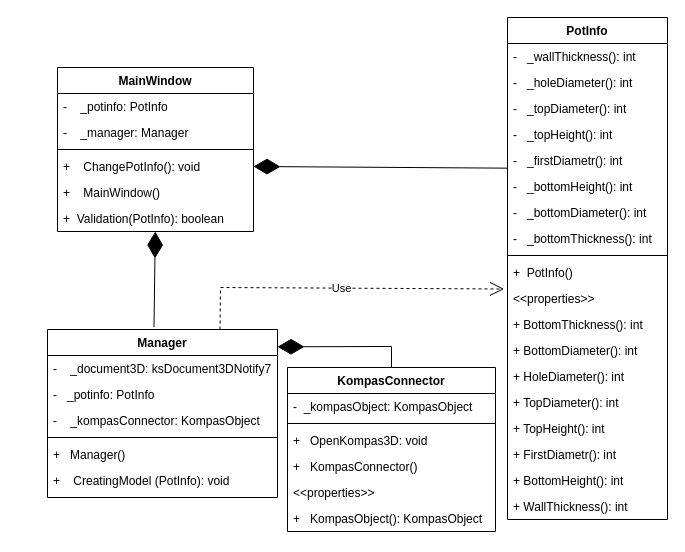
This is Docs/uml.drawio from Pen9uinchi/ORSAPR, a draw.io file, before an edit. Source tidied: cells renumbered, new cells numbered last; positions are measured from the earlier drawing's top-left corner, leaving out a move shared by most shapes. Both pictures are drawn from the tidied source at 100%, with x=0, y=0 at pixel (47, 17).
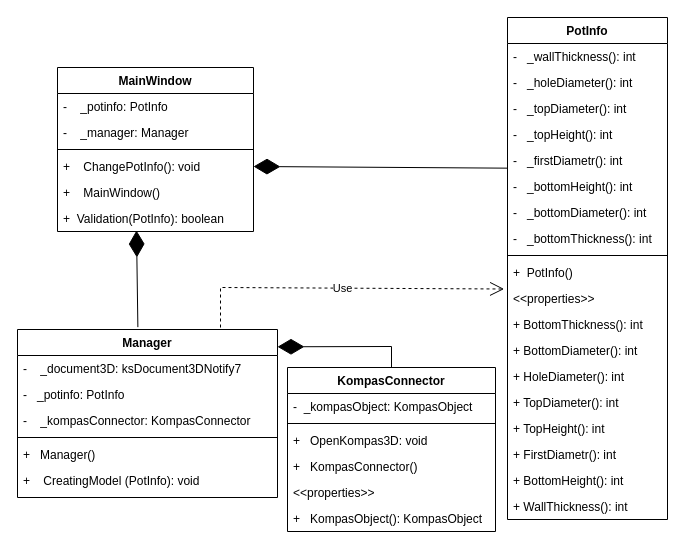
The same page after the edit.

Unchanged cells that the change refers to:
```xml
<mxCell id="18" value="+  Validation(PotInfo): boolean" style="text;strokeColor=none;fillColor=none;align=left;verticalAlign=top;spacingLeft=4;spacingRight=4;overflow=hidden;points=[[0,0.5],[1,0.5]];portConstraint=eastwest;" parent="12" vertex="1">
  <mxGeometry y="138" width="196" height="26" as="geometry" />
</mxCell>
<mxCell id="37" value="&lt;&lt;properties&gt;&gt;" style="text;strokeColor=none;fillColor=none;align=left;verticalAlign=top;spacingLeft=4;spacingRight=4;overflow=hidden;points=[[0,0.5],[1,0.5]];portConstraint=eastwest;" parent="26" vertex="1">
  <mxGeometry y="268" width="160" height="26" as="geometry" />
</mxCell>
```

What changed in the source:
```diff
@@
     <mxCell id="2" value="Manager" style="swimlane;fontStyle=1;align=center;verticalAlign=top;horizontal=1;startSize=26;" parent="1" vertex="1">
-      <mxGeometry y="312" width="230" height="168" as="geometry" />
+      <mxGeometry x="-30" y="312" width="260" height="168" as="geometry" />
     </mxCell>
     <mxCell id="3" value="-    _document3D: ksDocument3DNotify7" style="text;strokeColor=none;fillColor=none;align=left;verticalAlign=top;spacingLeft=4;spacingRight=4;overflow=hidden;" parent="2" vertex="1">
-      <mxGeometry y="26" width="230" height="26" as="geometry" />
+      <mxGeometry y="26" width="260" height="26" as="geometry" />
     </mxCell>
     <mxCell id="4" value="-   _potinfo: PotInfo" style="text;strokeColor=none;fillColor=none;align=left;verticalAlign=top;spacingLeft=4;spacingRight=4;overflow=hidden;" parent="2" vertex="1">
-      <mxGeometry y="52" width="230" height="26" as="geometry" />
+      <mxGeometry y="52" width="260" height="26" as="geometry" />
     </mxCell>
-    <mxCell id="5" value="-    _kompasConnector: KompasObject" style="text;strokeColor=none;fillColor=none;align=left;verticalAlign=top;spacingLeft=4;spacingRight=4;overflow=hidden;" parent="2" vertex="1">
-      <mxGeometry y="78" width="230" height="26" as="geometry" />
+    <mxCell id="5" value="-    _kompasConnector: KompasConnector" style="text;strokeColor=none;fillColor=none;align=left;verticalAlign=top;spacingLeft=4;spacingRight=4;overflow=hidden;" parent="2" vertex="1">
+      <mxGeometry y="78" width="260" height="26" as="geometry" />
     </mxCell>
     <mxCell id="6" style="line;strokeWidth=1;fillColor=none;align=left;verticalAlign=middle;spacingTop=-1;spacingLeft=3;spacingRight=3;labelPosition=right;strokeColor=inherit;" parent="2" vertex="1">
-      <mxGeometry y="104" width="230" height="8" as="geometry" />
+      <mxGeometry y="104" width="260" height="8" as="geometry" />
     </mxCell>
     <mxCell id="7" value="+   Manager()" style="text;strokeColor=none;fillColor=none;align=left;verticalAlign=top;spacingLeft=4;spacingRight=4;overflow=hidden;" parent="2" vertex="1">
-      <mxGeometry y="112" width="230" height="26" as="geometry" />
+      <mxGeometry y="112" width="260" height="26" as="geometry" />
     </mxCell>
     <mxCell id="8" value="+    CreatingModel (PotInfo): void" style="text;strokeColor=none;fillColor=none;align=left;verticalAlign=top;spacingLeft=4;spacingRight=4;overflow=hidden;" parent="2" vertex="1">
-      <mxGeometry y="138" width="230" height="30" as="geometry" />
+      <mxGeometry y="138" width="260" height="30" as="geometry" />
     </mxCell>
-    <mxCell id="9" style="endArrow=diamondThin;endFill=1;endSize=24;html=1;rounded=0;exitX=0.463;exitY=-0.014;exitDx=0;exitDy=0;exitPerimeter=0;" parent="1" edge="1" source="2" target="18">
+    <mxCell id="9" style="endArrow=diamondThin;endFill=1;endSize=24;html=1;rounded=0;exitX=0.463;exitY=-0.014;exitDx=0;exitDy=0;exitPerimeter=0;entryX=0.403;entryY=0.962;entryDx=0;entryDy=0;entryPerimeter=0;" parent="1" edge="1" source="2" target="18">
       <mxGeometry relative="1" as="geometry" />
     </mxCell>
@@
-    <mxCell id="11" value="Use" style="endArrow=open;endSize=12;dashed=1;html=1;rounded=0;exitX=0.75;exitY=0;exitDx=0;exitDy=0;entryX=-0.021;entryY=0.135;entryDx=0;entryDy=0;entryPerimeter=0;" parent="1" edge="1" source="2" target="37">
+    <mxCell id="11" value="Use" style="endArrow=open;endSize=12;dashed=1;html=1;rounded=0;entryX=-0.021;entryY=0.135;entryDx=0;entryDy=0;entryPerimeter=0;" parent="1" edge="1" target="37">
       <mxGeometry relative="1" as="geometry">
+        <mxPoint x="173" y="310" as="sourcePoint" />
         <Array as="points">
           <mxPoint x="173" y="270" />
         </Array>
       </mxGeometry>
     </mxCell>
```
